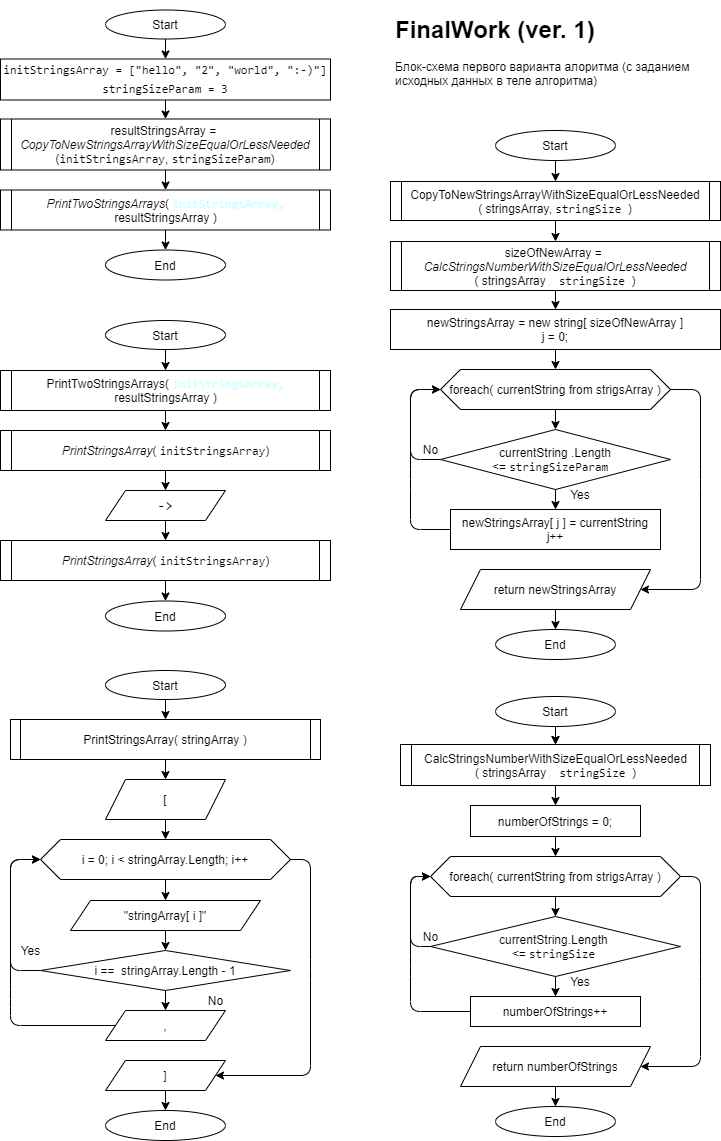
This is BlockDiagrammV1.png from CovChEGG/FirstFinalWork, a draw.io export, as it was before one commit. Source tidied: cells renumbered, new cells last; positions are measured from the earlier drawing's top-left corner, leaving out a move shared by most shapes.
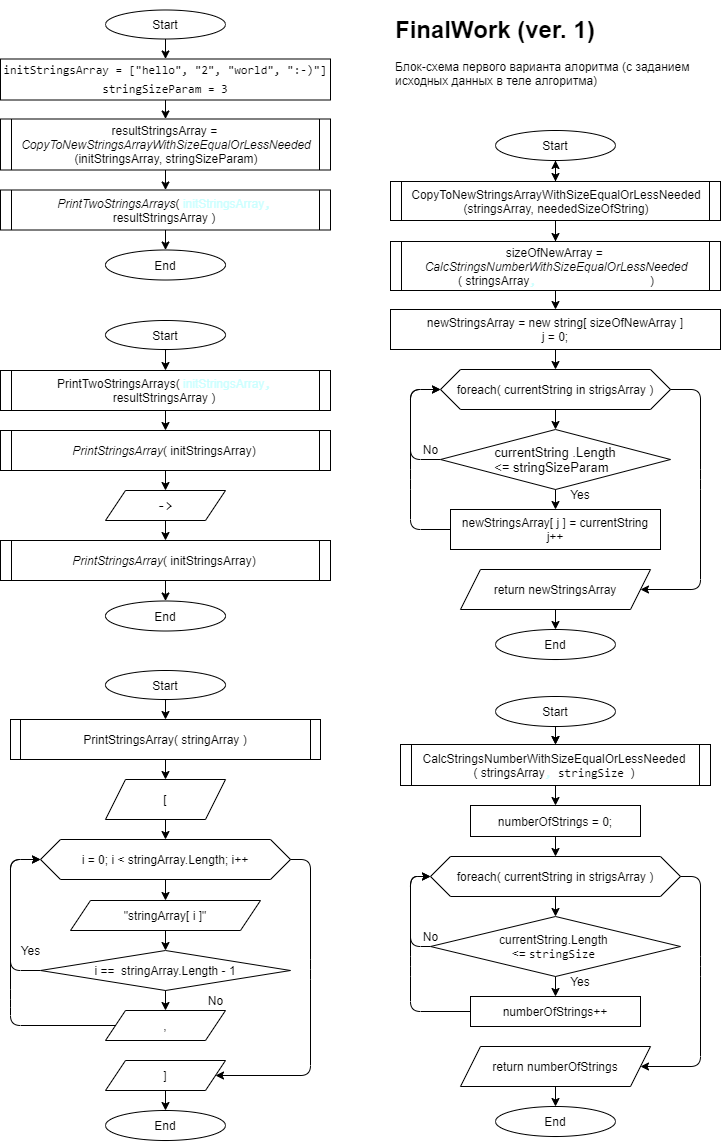
After the commit.

Commit message:
some formats edited in BlockDiagrammV1

The edit, as a diff of the source:
```diff
@@ -14,7 +14,7 @@
     <mxCell id="5" style="edgeStyle=none;html=1;fontSize=12;" parent="2" edge="1" source="3" target="4">
       <mxGeometry relative="1" as="geometry" />
     </mxCell>
-    <mxCell id="6" value="foreach( currentString from strigsArray )" style="shape=hexagon;perimeter=hexagonPerimeter2;whiteSpace=wrap;html=1;fixedSize=1;labelBackgroundColor=none;fontSize=12;" parent="2" vertex="1">
+    <mxCell id="6" value="foreach( currentString in strigsArray )" style="shape=hexagon;perimeter=hexagonPerimeter2;whiteSpace=wrap;html=1;fixedSize=1;labelBackgroundColor=none;fontSize=12;" parent="2" vertex="1">
       <mxGeometry x="30" y="160" width="250" height="40" as="geometry" />
     </mxCell>
     <mxCell id="7" style="edgeStyle=none;html=1;fontSize=12;" parent="2" edge="1" source="4" target="6">
@@ -86,13 +86,16 @@
     <mxCell id="23" style="group;" parent="1" vertex="1">
       <mxGeometry x="390" y="120" width="330" height="529" as="geometry" />
     </mxCell>
+    <mxCell id="90" style="edgeStyle=none;html=1;fontFamily=Helvetica;fontSize=12;fontColor=#F0F0F0;" parent="23" edge="1" source="24" target="28">
+      <mxGeometry relative="1" as="geometry" />
+    </mxCell>
-    <mxCell id="24" value="&lt;span class=&quot;pl-en&quot;&gt;&lt;span class=&quot;pl-en&quot;&gt;sizeOfNewArray&lt;/span&gt;&amp;nbsp;=&amp;nbsp;&lt;br&gt;&lt;span class=&quot;pl-k&quot;&gt;&lt;/span&gt;&lt;i&gt;CalcStringsNumberWithSizeEqualOrLessNeeded&lt;br&gt;&lt;/i&gt;&lt;/span&gt;( stringsArray&lt;span style=&quot;color: rgb(204 , 255 , 255) ; font-family: &amp;#34;consolas&amp;#34; , &amp;#34;courier new&amp;#34; , monospace&quot;&gt;,&amp;nbsp;&lt;/span&gt;&lt;span style=&quot;font-family: &amp;#34;consolas&amp;#34; , &amp;#34;courier new&amp;#34; , monospace&quot;&gt;stringSize&amp;nbsp;&lt;/span&gt;)" style="shape=process;whiteSpace=wrap;html=1;backgroundOutline=1;size=0.03389830508474576;" parent="23" vertex="1">
+    <mxCell id="24" value="&lt;p&gt;&lt;span class=&quot;pl-en&quot;&gt;&lt;span class=&quot;pl-en&quot;&gt;sizeOfNewArray&lt;/span&gt;&amp;nbsp;=&amp;nbsp;&lt;br&gt;&lt;/span&gt;&lt;span class=&quot;pl-en&quot;&gt;&lt;i&gt;CalcStringsNumberWithSizeEqualOrLessNeeded&lt;br&gt;&lt;/i&gt;&lt;/span&gt;( stringsArray&lt;span style=&quot;color: rgb(204 , 255 , 255) ; font-family: &amp;#34;consolas&amp;#34; , &amp;#34;courier new&amp;#34; , monospace&quot;&gt;,&amp;nbsp;&lt;/span&gt;&lt;font color=&quot;#ffffff&quot;&gt;neededSizeOfString&lt;/font&gt;&lt;span&gt;)&lt;/span&gt;&lt;/p&gt;" style="shape=process;whiteSpace=wrap;html=1;backgroundOutline=1;size=0.03389830508474576;" parent="23" vertex="1">
       <mxGeometry y="111" width="330" height="49" as="geometry" />
     </mxCell>
     <mxCell id="25" style="edgeStyle=none;html=1;entryX=0.5;entryY=0;entryDx=0;entryDy=0;" parent="23" edge="1" source="26" target="24">
       <mxGeometry relative="1" as="geometry" />
     </mxCell>
-    <mxCell id="26" value="&lt;span class=&quot;pl-en&quot;&gt;CopyToNewStringsArrayWithSizeEqualOrLessNeeded&lt;/span&gt;&lt;br&gt;( stringsArray,&amp;nbsp;&lt;span style=&quot;font-family: &amp;#34;consolas&amp;#34; , &amp;#34;courier new&amp;#34; , monospace&quot;&gt;stringSize&amp;nbsp;&lt;/span&gt;)" style="shape=process;whiteSpace=wrap;html=1;backgroundOutline=1;size=0.03389830508474576;" parent="23" vertex="1">
+    <mxCell id="26" value="&lt;span class=&quot;pl-en&quot;&gt;CopyToNewStringsArrayWithSizeEqualOrLessNeeded&lt;/span&gt;&lt;br&gt;(stringsArray,&amp;nbsp;&lt;font style=&quot;font-size: 12px&quot;&gt;neededSizeOfString&lt;/font&gt;&lt;span&gt;)&lt;/span&gt;" style="shape=process;whiteSpace=wrap;html=1;backgroundOutline=1;size=0.03389830508474576;" parent="23" vertex="1">
       <mxGeometry y="51" width="330" height="39" as="geometry" />
     </mxCell>
     <mxCell id="27" style="edgeStyle=none;html=1;fontSize=12;" parent="23" edge="1" source="28" target="26">
@@ -107,7 +110,7 @@
     <mxCell id="30" style="edgeStyle=none;html=1;" parent="23" edge="1" source="24" target="29">
       <mxGeometry relative="1" as="geometry" />
     </mxCell>
-    <mxCell id="31" value="foreach( currentString from strigsArray )" style="shape=hexagon;perimeter=hexagonPerimeter2;whiteSpace=wrap;html=1;fixedSize=1;labelBackgroundColor=none;fontSize=12;" parent="23" vertex="1">
+    <mxCell id="31" value="foreach( currentString in strigsArray )" style="shape=hexagon;perimeter=hexagonPerimeter2;whiteSpace=wrap;html=1;fixedSize=1;labelBackgroundColor=none;fontSize=12;" parent="23" vertex="1">
       <mxGeometry x="50" y="239" width="230" height="40" as="geometry" />
     </mxCell>
     <mxCell id="32" style="edgeStyle=none;html=1;fontSize=12;" parent="23" edge="1" source="29" target="31">
@@ -121,7 +124,7 @@
         </Array>
       </mxGeometry>
     </mxCell>
-    <mxCell id="34" value="currentString&amp;nbsp;.Length &amp;lt;=&amp;nbsp;&lt;span style=&quot;font-family: &amp;#34;consolas&amp;#34; , &amp;#34;courier new&amp;#34; , monospace&quot;&gt;stringSizeParam&amp;nbsp;&lt;/span&gt;&amp;nbsp;" style="rhombus;whiteSpace=wrap;html=1;labelBackgroundColor=none;" parent="23" vertex="1">
+    <mxCell id="34" value="&lt;font style=&quot;font-size: 13px&quot;&gt;currentString&amp;nbsp;.Length &amp;lt;=&amp;nbsp;stringSizeParam&amp;nbsp;&amp;nbsp;&lt;/font&gt;" style="rhombus;whiteSpace=wrap;html=1;labelBackgroundColor=none;" parent="23" vertex="1">
       <mxGeometry x="50" y="299" width="230" height="60" as="geometry" />
     </mxCell>
     <mxCell id="35" style="edgeStyle=none;html=1;fontSize=12;" parent="23" edge="1" source="31" target="34">
@@ -256,7 +259,7 @@
     <mxCell id="67" style="group;" parent="1" vertex="1">
       <mxGeometry y="310" width="330" height="310.5" as="geometry" />
     </mxCell>
-    <mxCell id="68" value="PrintTwoStringsArrays(&amp;nbsp;&lt;font color=&quot;#ccffff&quot; face=&quot;consolas, courier new, monospace&quot;&gt;initStringsArray,&lt;br&gt;&lt;/font&gt;resultStringsArray&amp;nbsp;)" style="shape=process;whiteSpace=wrap;html=1;backgroundOutline=1;size=0.03225806451612903;" parent="67" vertex="1">
+    <mxCell id="68" value="PrintTwoStringsArrays(&amp;nbsp;&lt;font color=&quot;#ccffff&quot;&gt;initStringsArray&lt;/font&gt;&lt;font color=&quot;#ccffff&quot; face=&quot;consolas, courier new, monospace&quot;&gt;,&lt;br&gt;&lt;/font&gt;resultStringsArray&amp;nbsp;)" style="shape=process;whiteSpace=wrap;html=1;backgroundOutline=1;size=0.03225806451612903;" parent="67" vertex="1">
       <mxGeometry y="50" width="330" height="40" as="geometry" />
     </mxCell>
     <mxCell id="69" value="&lt;div style=&quot;font-family: &amp;#34;consolas&amp;#34; , &amp;#34;courier new&amp;#34; , monospace ; font-size: 14px ; line-height: 19px&quot;&gt;&amp;nbsp;-&amp;gt;&amp;nbsp;&lt;/div&gt;" style="shape=parallelogram;perimeter=parallelogramPerimeter;whiteSpace=wrap;html=1;fixedSize=1;labelBackgroundColor=none;fontSize=12;" parent="67" vertex="1">
@@ -271,13 +274,13 @@
     <mxCell id="72" style="edgeStyle=none;html=1;" parent="67" edge="1" source="73" target="69">
       <mxGeometry relative="1" as="geometry" />
     </mxCell>
-    <mxCell id="73" value="&lt;i&gt;PrintStringsArray&lt;/i&gt;(&amp;nbsp;&lt;span style=&quot;font-family: &amp;#34;consolas&amp;#34; , &amp;#34;courier new&amp;#34; , monospace&quot;&gt;initStringsArray&lt;/span&gt;)" style="shape=process;whiteSpace=wrap;html=1;backgroundOutline=1;size=0.03225806451612903;" parent="67" vertex="1">
+    <mxCell id="73" value="&lt;i&gt;PrintStringsArray&lt;/i&gt;(&amp;nbsp;initStringsArray)" style="shape=process;whiteSpace=wrap;html=1;backgroundOutline=1;size=0.03225806451612903;" parent="67" vertex="1">
       <mxGeometry y="110" width="330" height="40" as="geometry" />
     </mxCell>
     <mxCell id="74" style="edgeStyle=none;html=1;" parent="67" edge="1" source="68" target="73">
       <mxGeometry relative="1" as="geometry" />
     </mxCell>
-    <mxCell id="75" value="&lt;i&gt;PrintStringsArray&lt;/i&gt;(&amp;nbsp;&lt;span style=&quot;font-family: &amp;#34;consolas&amp;#34; , &amp;#34;courier new&amp;#34; , monospace&quot;&gt;initStringsArray&lt;/span&gt;)" style="shape=process;whiteSpace=wrap;html=1;backgroundOutline=1;size=0.03225806451612903;" parent="67" vertex="1">
+    <mxCell id="75" value="&lt;i&gt;PrintStringsArray&lt;/i&gt;(&amp;nbsp;initStringsArray)" style="shape=process;whiteSpace=wrap;html=1;backgroundOutline=1;size=0.03225806451612903;" parent="67" vertex="1">
       <mxGeometry y="220" width="330" height="40" as="geometry" />
     </mxCell>
     <mxCell id="76" style="edgeStyle=none;html=1;" parent="67" edge="1" source="69" target="75">
@@ -301,13 +304,13 @@
     <mxCell id="82" style="edgeStyle=none;html=1;" parent="79" edge="1" source="80" target="81">
       <mxGeometry relative="1" as="geometry" />
     </mxCell>
-    <mxCell id="83" value="resultStringsArray =&amp;nbsp;&lt;br&gt;&lt;span class=&quot;pl-en&quot;&gt;&lt;i&gt;CopyToNewStringsArrayWithSizeEqualOrLessNeeded&lt;/i&gt;&lt;/span&gt;&lt;br&gt;(&lt;span style=&quot;font-family: &amp;#34;consolas&amp;#34; , &amp;#34;courier new&amp;#34; , monospace&quot;&gt;initStringsArray&lt;/span&gt;,&amp;nbsp;&lt;span style=&quot;font-family: &amp;#34;consolas&amp;#34; , &amp;#34;courier new&amp;#34; , monospace&quot;&gt;stringSizeParam&lt;/span&gt;)" style="shape=process;whiteSpace=wrap;html=1;backgroundOutline=1;size=0.03389830508474576;" parent="79" vertex="1">
+    <mxCell id="83" value="resultStringsArray =&amp;nbsp;&lt;br&gt;&lt;span class=&quot;pl-en&quot;&gt;&lt;i&gt;CopyToNewStringsArrayWithSizeEqualOrLessNeeded&lt;/i&gt;&lt;/span&gt;&lt;br&gt;(initStringsArray,&amp;nbsp;stringSizeParam)" style="shape=process;whiteSpace=wrap;html=1;backgroundOutline=1;size=0.03389830508474576;" parent="79" vertex="1">
       <mxGeometry y="109" width="330" height="51" as="geometry" />
     </mxCell>
     <mxCell id="84" style="edgeStyle=none;html=1;" parent="79" edge="1" source="81" target="83">
       <mxGeometry relative="1" as="geometry" />
     </mxCell>
-    <mxCell id="85" value="&lt;i&gt;PrintTwoStringsArrays&lt;/i&gt;(&amp;nbsp;&lt;font color=&quot;#ccffff&quot; face=&quot;consolas, courier new, monospace&quot;&gt;initStringsArray,&lt;br&gt;&lt;/font&gt;resultStringsArray&amp;nbsp;)" style="shape=process;whiteSpace=wrap;html=1;backgroundOutline=1;size=0.03225806451612903;" parent="79" vertex="1">
+    <mxCell id="85" value="&lt;i&gt;PrintTwoStringsArrays&lt;/i&gt;(&amp;nbsp;&lt;font color=&quot;#ccffff&quot;&gt;initStringsArray&lt;/font&gt;&lt;font color=&quot;#ccffff&quot; face=&quot;consolas, courier new, monospace&quot;&gt;,&lt;br&gt;&lt;/font&gt;resultStringsArray&amp;nbsp;)" style="shape=process;whiteSpace=wrap;html=1;backgroundOutline=1;size=0.03225806451612903;" parent="79" vertex="1">
       <mxGeometry y="180" width="330" height="40" as="geometry" />
     </mxCell>
     <mxCell id="86" style="edgeStyle=none;html=1;" parent="79" edge="1" source="83" target="85">
```
